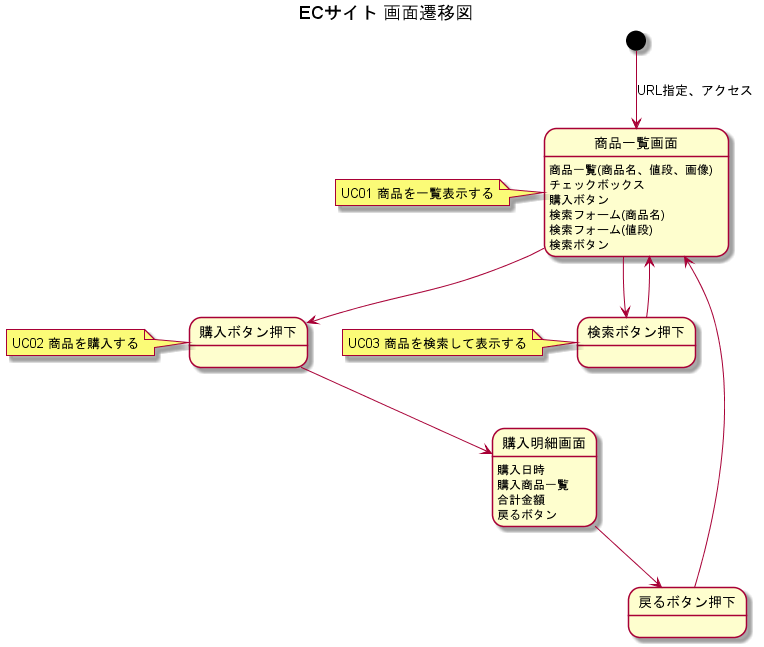
This is UseCase/ECサイト 画面遷移図.png from wnakayama/ojt_ecsite, a PlantUML export, as it was before one commit.
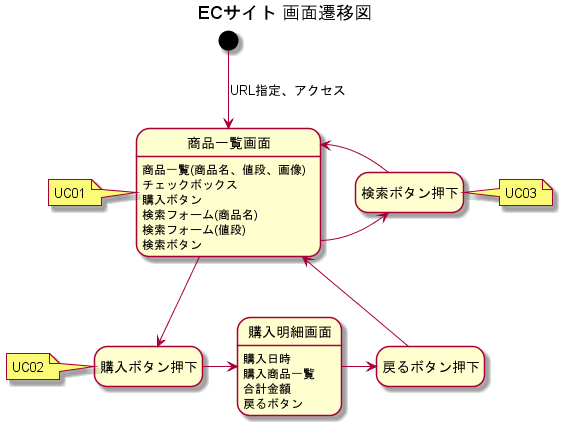
Later version of the same file.

Commit message:
fix screentransition_diag

Diff of the diagram source:
```diff
@@ -1,5 +1,6 @@
 @startuml
 title ECサイト 画面遷移図
+hide empty description
 
 [*] --> 商品一覧画面 : URL指定、アクセス
 商品一覧画面 : 商品一覧(商品名、値段、画像)
@@ -10,29 +11,30 @@
 商品一覧画面 : 検索ボタン
 
 note left of 商品一覧画面
-UC01 商品を一覧表示する
+UC01
 end note
+
 
 商品一覧画面 --> 購入ボタン押下
 note left of 購入ボタン押下
-UC02 商品を購入する
+UC02
 end note
 
 
 
-購入ボタン押下 --> 購入明細画面
+購入ボタン押下 -right-> 購入明細画面
 購入明細画面 : 購入日時
 購入明細画面 : 購入商品一覧
 購入明細画面 : 合計金額
 購入明細画面 : 戻るボタン
 
-購入明細画面 --> 戻るボタン押下
+購入明細画面 -right-> 戻るボタン押下
 戻るボタン押下 --> 商品一覧画面
 
-商品一覧画面 --> 検索ボタン押下
-検索ボタン押下 --> 商品一覧画面
-note left of 検索ボタン押下
-UC03 商品を検索して表示する
+商品一覧画面 -right-> 検索ボタン押下
+検索ボタン押下 -left-> 商品一覧画面
+note right of 検索ボタン押下
+UC03
 end note
 
 @enduml
```
